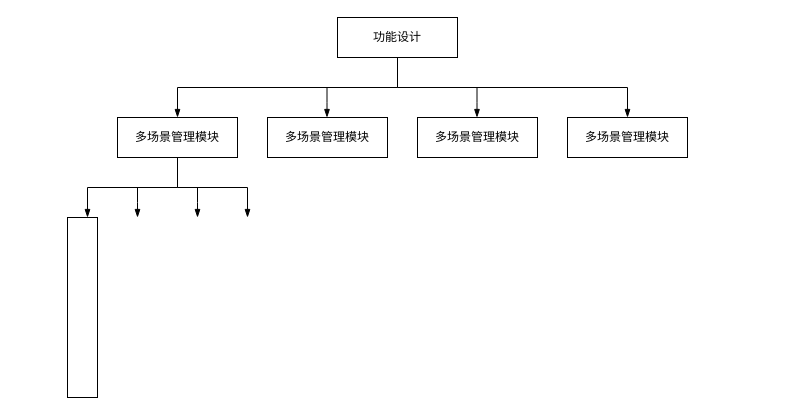
jiaojb/py-crawler keeps this draw.io diagram as 系统总体功能结 构图.drawio. Above is the earlier version. Source tidied: cells renumbered, new cells numbered last; positions are measured from the earlier drawing's top-left corner, leaving out a move shared by most shapes. Both pictures are drawn from the tidied source at 100%, with x=0, y=0 at pixel (67, 17).
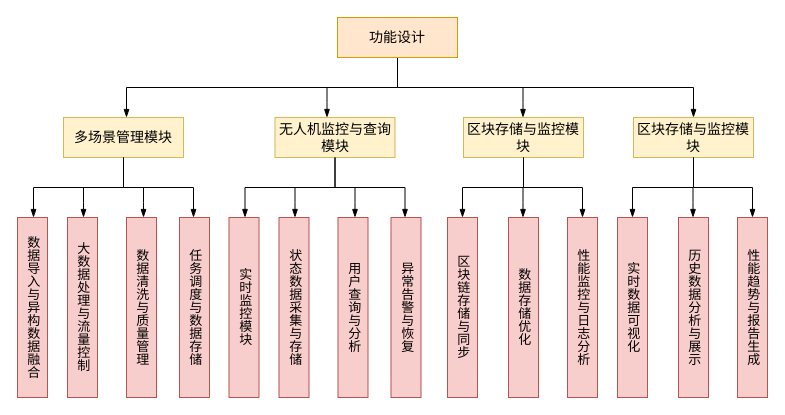
Above is the later version.

Commit message (it also covers changes not shown here):
更新系统总体功能结 构图.drawio

What changed in the source:
```diff
@@
-    <mxCell id="2" style="endArrow=blockThin;endFill=1;fontSize=11;edgeStyle=elbowEdgeStyle;elbow=vertical;rounded=0;" parent="1" edge="1">
+    <mxCell id="2" style="endArrow=blockThin;endFill=1;fontSize=11;edgeStyle=elbowEdgeStyle;elbow=vertical;rounded=0;exitX=0.5;exitY=1;exitDx=0;exitDy=0;" parent="1" edge="1" source="5">
       <mxGeometry relative="1" as="geometry">
-        <mxPoint x="330" y="40" as="sourcePoint" />
-        <mxPoint x="110" y="100" as="targetPoint" />
+        <mxPoint x="59" y="100" as="targetPoint" />
       </mxGeometry>
     </mxCell>
-    <mxCell id="3" style="endArrow=blockThin;endFill=1;fontSize=11;edgeStyle=elbowEdgeStyle;elbow=vertical;rounded=0;" parent="1" edge="1">
+    <mxCell id="3" style="endArrow=blockThin;endFill=1;fontSize=11;edgeStyle=elbowEdgeStyle;elbow=vertical;rounded=0;entryX=0.5;entryY=0;entryDx=0;entryDy=0;" parent="1" edge="1" target="35">
       <mxGeometry relative="1" as="geometry">
         <mxPoint x="330" y="40" as="sourcePoint" />
-        <mxPoint x="560" y="100" as="targetPoint" />
       </mxGeometry>
     </mxCell>
@@
-    <mxCell id="5" value="功能设计" style="rounded=0;whiteSpace=wrap;html=1;" parent="1" vertex="1">
+    <mxCell id="5" value="&lt;font style=&quot;font-size: 14px;&quot;&gt;功能设计&lt;/font&gt;" style="rounded=0;whiteSpace=wrap;html=1;fillColor=#ffe6cc;strokeColor=#d79b00;" parent="1" vertex="1">
       <mxGeometry x="270" width="120" height="40" as="geometry" />
     </mxCell>
     <mxCell id="6" style="endArrow=blockThin;endFill=1;fontSize=11;edgeStyle=elbowEdgeStyle;elbow=vertical;rounded=0;" parent="1" edge="1">
       <mxGeometry relative="1" as="geometry">
-        <mxPoint x="409.5" y="70" as="sourcePoint" />
-        <mxPoint x="409.5" y="100" as="targetPoint" />
+        <mxPoint x="455.5" y="70" as="sourcePoint" />
+        <mxPoint x="455.5" y="100" as="targetPoint" />
         <Array as="points">
-          <mxPoint x="469.5" y="85" />
+          <mxPoint x="496" y="85" />
         </Array>
       </mxGeometry>
     </mxCell>
-    <mxCell id="7" value="多场景管理模块" style="rounded=0;whiteSpace=wrap;html=1;" parent="1" vertex="1">
-      <mxGeometry x="50" y="100" width="120" height="40" as="geometry" />
+    <mxCell id="7" value="&lt;font style=&quot;font-size: 14px;&quot;&gt;多场景管理模块&lt;/font&gt;" style="rounded=0;whiteSpace=wrap;html=1;fillColor=#fff2cc;strokeColor=#d6b656;" parent="1" vertex="1">
+      <mxGeometry x="-4" y="100" width="120" height="40" as="geometry" />
     </mxCell>
-    <mxCell id="8" value="多场景管理模块" style="rounded=0;whiteSpace=wrap;html=1;" parent="1" vertex="1">
-      <mxGeometry x="200" y="100" width="120" height="40" as="geometry" />
-    </mxCell>
-    <mxCell id="9" value="多场景管理模块" style="rounded=0;whiteSpace=wrap;html=1;" parent="1" vertex="1">
-      <mxGeometry x="350" y="100" width="120" height="40" as="geometry" />
-    </mxCell>
-    <mxCell id="10" value="多场景管理模块" style="rounded=0;whiteSpace=wrap;html=1;" parent="1" vertex="1">
-      <mxGeometry x="500" y="100" width="120" height="40" as="geometry" />
-    </mxCell>
     <mxCell id="11" style="endArrow=blockThin;endFill=1;fontSize=11;edgeStyle=elbowEdgeStyle;elbow=vertical;rounded=0;" parent="1" edge="1">
       <mxGeometry relative="1" as="geometry">
-        <mxPoint x="110" y="140" as="sourcePoint" />
-        <mxPoint x="20" y="200" as="targetPoint" />
+        <mxPoint x="56" y="140" as="sourcePoint" />
+        <mxPoint x="-34" y="200" as="targetPoint" />
       </mxGeometry>
     </mxCell>
     <mxCell id="12" style="endArrow=blockThin;endFill=1;fontSize=11;edgeStyle=elbowEdgeStyle;elbow=vertical;rounded=0;" parent="1" edge="1">
       <mxGeometry relative="1" as="geometry">
-        <mxPoint x="110" y="140" as="sourcePoint" />
-        <mxPoint x="180" y="200" as="targetPoint" />
+        <mxPoint x="56" y="140" as="sourcePoint" />
+        <mxPoint x="126" y="200" as="targetPoint" />
         <Array as="points">
-          <mxPoint x="200" y="170" />
+          <mxPoint x="146" y="170" />
         </Array>
       </mxGeometry>
     </mxCell>
     <mxCell id="13" style="endArrow=blockThin;endFill=1;fontSize=11;edgeStyle=elbowEdgeStyle;elbow=vertical;rounded=0;" parent="1" edge="1">
       <mxGeometry relative="1" as="geometry">
-        <mxPoint x="70" y="170" as="sourcePoint" />
-        <mxPoint x="70" y="200" as="targetPoint" />
+        <mxPoint x="16" y="170" as="sourcePoint" />
+        <mxPoint x="16" y="200" as="targetPoint" />
       </mxGeometry>
     </mxCell>
     <mxCell id="14" style="endArrow=blockThin;endFill=1;fontSize=11;edgeStyle=elbowEdgeStyle;elbow=vertical;rounded=0;" parent="1" edge="1">
       <mxGeometry relative="1" as="geometry">
-        <mxPoint x="130" y="170" as="sourcePoint" />
-        <mxPoint x="130" y="200" as="targetPoint" />
+        <mxPoint x="76" y="170" as="sourcePoint" />
+        <mxPoint x="76" y="200" as="targetPoint" />
       </mxGeometry>
     </mxCell>
-    <mxCell id="15" style="rounded=0;whiteSpace=wrap;html=1;" parent="1" vertex="1">
-      <mxGeometry y="200" width="30" height="180" as="geometry" />
+    <mxCell id="15" value="&lt;font style=&quot;font-size: 13px;&quot;&gt;数据导入与异构数据融合&lt;/font&gt;" style="rounded=0;verticalAlign=middle;textDirection=vertical-rl;whiteSpace=wrap;html=1;align=center;fillColor=#f8cecc;strokeColor=#b85450;" parent="1" vertex="1">
+      <mxGeometry x="-50" y="200" width="30" height="180" as="geometry" />
     </mxCell>
+    <mxCell id="16" value="&lt;font style=&quot;font-size: 13px;&quot;&gt;大数据处理与流量控制&lt;/font&gt;" style="rounded=0;verticalAlign=middle;textDirection=vertical-rl;whiteSpace=wrap;html=1;align=center;fillColor=#f8cecc;strokeColor=#b85450;" parent="1" vertex="1">
+      <mxGeometry y="200" width="30" height="180" as="geometry" />
+    </mxCell>
+    <mxCell id="17" value="&lt;font style=&quot;font-size: 13px;&quot;&gt;数据清洗与质量管理&lt;/font&gt;" style="rounded=0;verticalAlign=middle;textDirection=vertical-rl;whiteSpace=wrap;html=1;align=center;fillColor=#f8cecc;strokeColor=#b85450;" parent="1" vertex="1">
+      <mxGeometry x="59" y="200" width="30" height="180" as="geometry" />
+    </mxCell>
+    <mxCell id="18" value="&lt;font style=&quot;font-size: 13px;&quot;&gt;任务调度与数据存储&lt;/font&gt;" style="rounded=0;verticalAlign=middle;textDirection=vertical-rl;whiteSpace=wrap;html=1;align=center;fillColor=#f8cecc;strokeColor=#b85450;" parent="1" vertex="1">
+      <mxGeometry x="112" y="200" width="30" height="180" as="geometry" />
+    </mxCell>
+    <mxCell id="19" value="&lt;font style=&quot;font-size: 14px;&quot;&gt;无人机监控与查询模块&lt;/font&gt;" style="rounded=0;whiteSpace=wrap;html=1;fillColor=#fff2cc;strokeColor=#d6b656;" parent="1" vertex="1">
+      <mxGeometry x="207.5" y="100" width="120" height="40" as="geometry" />
+    </mxCell>
+    <mxCell id="20" style="endArrow=blockThin;endFill=1;fontSize=11;edgeStyle=elbowEdgeStyle;elbow=vertical;rounded=0;" parent="1" edge="1">
+      <mxGeometry relative="1" as="geometry">
+        <mxPoint x="267.5" y="140" as="sourcePoint" />
+        <mxPoint x="177.5" y="200" as="targetPoint" />
+      </mxGeometry>
+    </mxCell>
+    <mxCell id="21" style="endArrow=blockThin;endFill=1;fontSize=11;edgeStyle=elbowEdgeStyle;elbow=vertical;rounded=0;" parent="1" edge="1">
+      <mxGeometry relative="1" as="geometry">
+        <mxPoint x="267.5" y="140" as="sourcePoint" />
+        <mxPoint x="337.5" y="200" as="targetPoint" />
+        <Array as="points">
+          <mxPoint x="357.5" y="170" />
+        </Array>
+      </mxGeometry>
+    </mxCell>
+    <mxCell id="22" style="endArrow=blockThin;endFill=1;fontSize=11;edgeStyle=elbowEdgeStyle;elbow=vertical;rounded=0;" parent="1" edge="1">
+      <mxGeometry relative="1" as="geometry">
+        <mxPoint x="227.5" y="170" as="sourcePoint" />
+        <mxPoint x="227.5" y="200" as="targetPoint" />
+      </mxGeometry>
+    </mxCell>
+    <mxCell id="23" style="endArrow=blockThin;endFill=1;fontSize=11;edgeStyle=elbowEdgeStyle;elbow=vertical;rounded=0;" parent="1" edge="1">
+      <mxGeometry relative="1" as="geometry">
+        <mxPoint x="287.5" y="170" as="sourcePoint" />
+        <mxPoint x="287.5" y="200" as="targetPoint" />
+      </mxGeometry>
+    </mxCell>
+    <mxCell id="24" value="&lt;font style=&quot;font-size: 13px;&quot;&gt;实时监控模块&lt;/font&gt;" style="rounded=0;verticalAlign=middle;textDirection=vertical-rl;whiteSpace=wrap;html=1;align=center;fillColor=#f8cecc;strokeColor=#b85450;" parent="1" vertex="1">
+      <mxGeometry x="161.5" y="200" width="30" height="180" as="geometry" />
+    </mxCell>
+    <mxCell id="25" value="&lt;font style=&quot;font-size: 13px;&quot;&gt;状态数据采集与存储&lt;/font&gt;" style="rounded=0;verticalAlign=middle;textDirection=vertical-rl;whiteSpace=wrap;html=1;align=center;fillColor=#f8cecc;strokeColor=#b85450;" parent="1" vertex="1">
+      <mxGeometry x="211.5" y="200" width="30" height="180" as="geometry" />
+    </mxCell>
+    <mxCell id="26" value="&lt;font style=&quot;font-size: 13px;&quot;&gt;用户查询与分析&lt;/font&gt;" style="rounded=0;verticalAlign=middle;textDirection=vertical-rl;whiteSpace=wrap;html=1;align=center;fillColor=#f8cecc;strokeColor=#b85450;" parent="1" vertex="1">
+      <mxGeometry x="270.5" y="200" width="30" height="180" as="geometry" />
+    </mxCell>
+    <mxCell id="27" value="&lt;font style=&quot;font-size: 13px;&quot;&gt;异常告警与恢复&lt;/font&gt;" style="rounded=0;verticalAlign=middle;textDirection=vertical-rl;whiteSpace=wrap;html=1;align=center;fillColor=#f8cecc;strokeColor=#b85450;" parent="1" vertex="1">
+      <mxGeometry x="323.5" y="200" width="30" height="180" as="geometry" />
+    </mxCell>
+    <mxCell id="28" value="&lt;font style=&quot;font-size: 14px;&quot;&gt;区块存储与监控模块&lt;/font&gt;" style="rounded=0;whiteSpace=wrap;html=1;fillColor=#fff2cc;strokeColor=#d6b656;" parent="1" vertex="1">
+      <mxGeometry x="396" y="100" width="120" height="40" as="geometry" />
+    </mxCell>
+    <mxCell id="29" style="endArrow=blockThin;endFill=1;fontSize=11;edgeStyle=elbowEdgeStyle;elbow=vertical;rounded=0;entryX=0.5;entryY=0;entryDx=0;entryDy=0;" parent="1" edge="1" target="32">
+      <mxGeometry relative="1" as="geometry">
+        <mxPoint x="456" y="140" as="sourcePoint" />
+      </mxGeometry>
+    </mxCell>
+    <mxCell id="30" style="endArrow=blockThin;endFill=1;fontSize=11;edgeStyle=elbowEdgeStyle;elbow=vertical;rounded=0;entryX=0.5;entryY=0;entryDx=0;entryDy=0;" parent="1" edge="1" target="34">
+      <mxGeometry relative="1" as="geometry">
+        <mxPoint x="456" y="140" as="sourcePoint" />
+        <Array as="points">
+          <mxPoint x="546" y="170" />
+        </Array>
+      </mxGeometry>
+    </mxCell>
+    <mxCell id="31" style="endArrow=blockThin;endFill=1;fontSize=11;edgeStyle=elbowEdgeStyle;elbow=vertical;rounded=0;" parent="1" edge="1">
+      <mxGeometry relative="1" as="geometry">
+        <mxPoint x="455.5" y="170" as="sourcePoint" />
+        <mxPoint x="455.5" y="200" as="targetPoint" />
+      </mxGeometry>
+    </mxCell>
+    <mxCell id="32" value="&lt;font style=&quot;font-size: 13px;&quot;&gt;区块链存储与同步&lt;/font&gt;" style="rounded=0;verticalAlign=middle;textDirection=vertical-rl;whiteSpace=wrap;html=1;align=center;fillColor=#f8cecc;strokeColor=#b85450;" parent="1" vertex="1">
+      <mxGeometry x="380" y="200" width="30" height="180" as="geometry" />
+    </mxCell>
+    <mxCell id="33" value="&lt;font style=&quot;font-size: 13px;&quot;&gt;数据存储优化&lt;/font&gt;" style="rounded=0;verticalAlign=middle;textDirection=vertical-rl;whiteSpace=wrap;html=1;align=center;fillColor=#f8cecc;strokeColor=#b85450;" parent="1" vertex="1">
+      <mxGeometry x="441" y="200" width="30" height="180" as="geometry" />
+    </mxCell>
+    <mxCell id="34" value="&lt;font style=&quot;font-size: 13px;&quot;&gt;性能监控与日志分析&lt;/font&gt;" style="rounded=0;verticalAlign=middle;textDirection=vertical-rl;whiteSpace=wrap;html=1;align=center;fillColor=#f8cecc;strokeColor=#b85450;" parent="1" vertex="1">
+      <mxGeometry x="500" y="200" width="30" height="180" as="geometry" />
+    </mxCell>
+    <mxCell id="35" value="&lt;font style=&quot;font-size: 14px;&quot;&gt;区块存储与监控模块&lt;/font&gt;" style="rounded=0;whiteSpace=wrap;html=1;fillColor=#fff2cc;strokeColor=#d6b656;" parent="1" vertex="1">
+      <mxGeometry x="566" y="100" width="120" height="40" as="geometry" />
+    </mxCell>
+    <mxCell id="36" style="endArrow=blockThin;endFill=1;fontSize=11;edgeStyle=elbowEdgeStyle;elbow=vertical;rounded=0;entryX=0.5;entryY=0;entryDx=0;entryDy=0;" parent="1" edge="1" target="39">
+      <mxGeometry relative="1" as="geometry">
+        <mxPoint x="626" y="140" as="sourcePoint" />
+      </mxGeometry>
+    </mxCell>
+    <mxCell id="37" style="endArrow=blockThin;endFill=1;fontSize=11;edgeStyle=elbowEdgeStyle;elbow=vertical;rounded=0;entryX=0.5;entryY=0;entryDx=0;entryDy=0;" parent="1" edge="1" target="41">
+      <mxGeometry relative="1" as="geometry">
+        <mxPoint x="626" y="140" as="sourcePoint" />
+        <Array as="points">
+          <mxPoint x="716" y="170" />
+        </Array>
+      </mxGeometry>
+    </mxCell>
+    <mxCell id="38" style="endArrow=blockThin;endFill=1;fontSize=11;edgeStyle=elbowEdgeStyle;elbow=vertical;rounded=0;" parent="1" edge="1">
+      <mxGeometry relative="1" as="geometry">
+        <mxPoint x="625.5" y="170" as="sourcePoint" />
+        <mxPoint x="625.5" y="200" as="targetPoint" />
+      </mxGeometry>
+    </mxCell>
+    <mxCell id="39" value="&lt;font style=&quot;font-size: 13px;&quot;&gt;实时数据可视化&lt;/font&gt;" style="rounded=0;verticalAlign=middle;textDirection=vertical-rl;whiteSpace=wrap;html=1;align=center;fillColor=#f8cecc;strokeColor=#b85450;" parent="1" vertex="1">
+      <mxGeometry x="550" y="200" width="30" height="180" as="geometry" />
+    </mxCell>
+    <mxCell id="40" value="&lt;font style=&quot;font-size: 13px;&quot;&gt;历史数据分析与展示&lt;/font&gt;" style="rounded=0;verticalAlign=middle;textDirection=vertical-rl;whiteSpace=wrap;html=1;align=center;fillColor=#f8cecc;strokeColor=#b85450;" parent="1" vertex="1">
+      <mxGeometry x="611" y="200" width="30" height="180" as="geometry" />
+    </mxCell>
+    <mxCell id="41" value="&lt;font style=&quot;font-size: 13px;&quot;&gt;性能趋势与报告生成&lt;/font&gt;" style="rounded=0;verticalAlign=middle;textDirection=vertical-rl;whiteSpace=wrap;html=1;align=center;fillColor=#f8cecc;strokeColor=#b85450;" parent="1" vertex="1">
+      <mxGeometry x="670" y="200" width="30" height="180" as="geometry" />
+    </mxCell>
```
